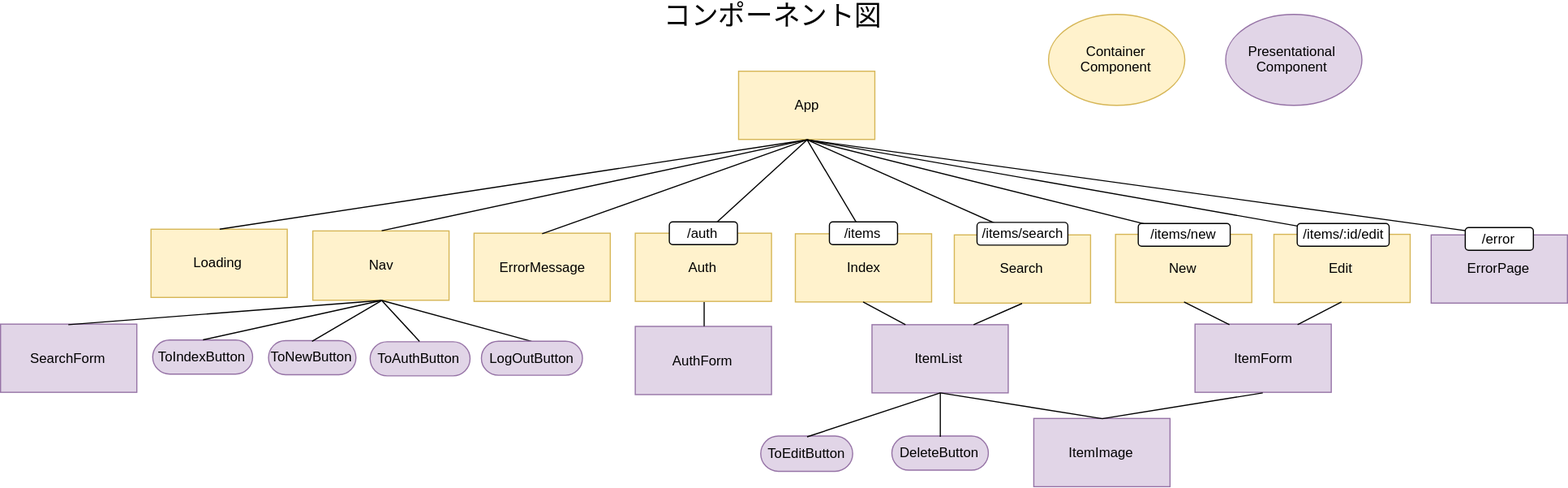
This is diagram/component.svg from emgniddikur/react-app, a draw.io export, as it was before one commit. Source tidied: cells renumbered, new cells last; positions are measured from the earlier drawing's top-left corner, leaving out a move shared by most shapes.
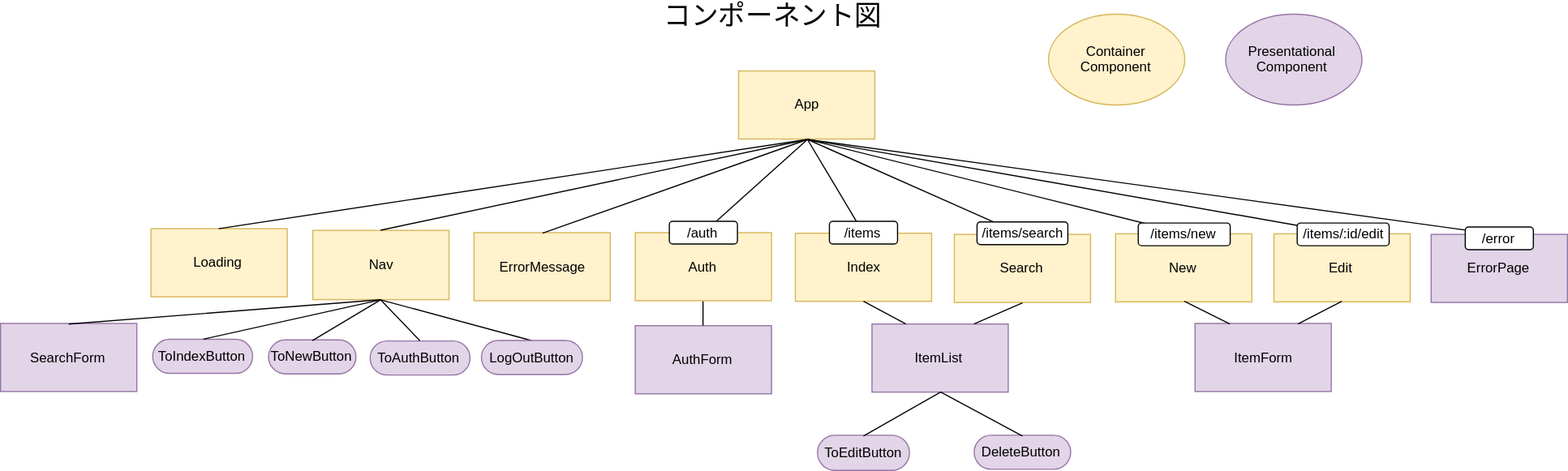
The same diagram one commit later.

Commit message:
[Fix] コンポーネント図

Diff of the diagram source:
```diff
@@ -129,13 +129,13 @@
       <mxGeometry x="1290" y="187.5" width="60" height="20" as="geometry" />
     </mxCell>
     <mxCell id="44" value="ToEditButton&lt;br&gt;" style="rounded=1;whiteSpace=wrap;html=1;arcSize=50;fillColor=#e1d5e7;strokeColor=#9673a6;" parent="1" vertex="1">
-      <mxGeometry x="669.5" y="371" width="81" height="31" as="geometry" />
+      <mxGeometry x="719.5" y="371" width="81" height="31" as="geometry" />
     </mxCell>
     <mxCell id="45" style="endArrow=none;html=1;entryX=0.5;entryY=1;entryDx=0;entryDy=0;exitX=0.5;exitY=0;exitDx=0;exitDy=0;" parent="1" edge="1" source="44" target="17">
       <mxGeometry relative="1" as="geometry" />
     </mxCell>
     <mxCell id="46" value="DeleteButton&lt;br&gt;" style="rounded=1;whiteSpace=wrap;html=1;arcSize=50;fillColor=#e1d5e7;strokeColor=#9673a6;" parent="1" vertex="1">
-      <mxGeometry x="785" y="371" width="85" height="30" as="geometry" />
+      <mxGeometry x="857.5" y="371" width="85" height="30" as="geometry" />
     </mxCell>
     <mxCell id="47" style="endArrow=none;html=1;entryX=0.5;entryY=1;entryDx=0;entryDy=0;exitX=0.5;exitY=0;exitDx=0;exitDy=0;" parent="1" edge="1" source="46" target="17">
       <mxGeometry relative="1" as="geometry" />
@@ -146,20 +146,11 @@
     <mxCell id="49" value="Presentational Component" style="ellipse;whiteSpace=wrap;html=1;fillColor=#e1d5e7;strokeColor=#9673a6;" parent="1" vertex="1">
       <mxGeometry x="1078.5" width="120" height="80" as="geometry" />
     </mxCell>
-    <mxCell id="50" value="ItemImage" style="rounded=0;whiteSpace=wrap;html=1;fillColor=#e1d5e7;strokeColor=#9673a6;" parent="1" vertex="1">
-      <mxGeometry x="910" y="355.5" width="120" height="60" as="geometry" />
-    </mxCell>
     <mxCell id="51" value="Loading" style="rounded=0;whiteSpace=wrap;html=1;fillColor=#fff2cc;strokeColor=#d6b656;" parent="1" vertex="1">
       <mxGeometry x="132.5" y="189" width="120" height="60" as="geometry" />
     </mxCell>
     <mxCell id="52" style="endArrow=none;html=1;exitX=0.5;exitY=0;exitDx=0;exitDy=0;entryX=0.5;entryY=1;entryDx=0;entryDy=0;" parent="1" edge="1" source="51" target="2">
       <mxGeometry relative="1" as="geometry" />
     </mxCell>
-    <mxCell id="53" style="endArrow=none;html=1;entryX=0.5;entryY=1;entryDx=0;entryDy=0;exitX=0.5;exitY=0;exitDx=0;exitDy=0;" parent="1" edge="1" source="50" target="17">
-      <mxGeometry relative="1" as="geometry" />
-    </mxCell>
-    <mxCell id="54" style="endArrow=none;html=1;entryX=0.5;entryY=1;entryDx=0;entryDy=0;exitX=0.5;exitY=0;exitDx=0;exitDy=0;" parent="1" edge="1" source="50" target="4">
-      <mxGeometry relative="1" as="geometry" />
-    </mxCell>
   </root>
 </mxGraphModel>
```
